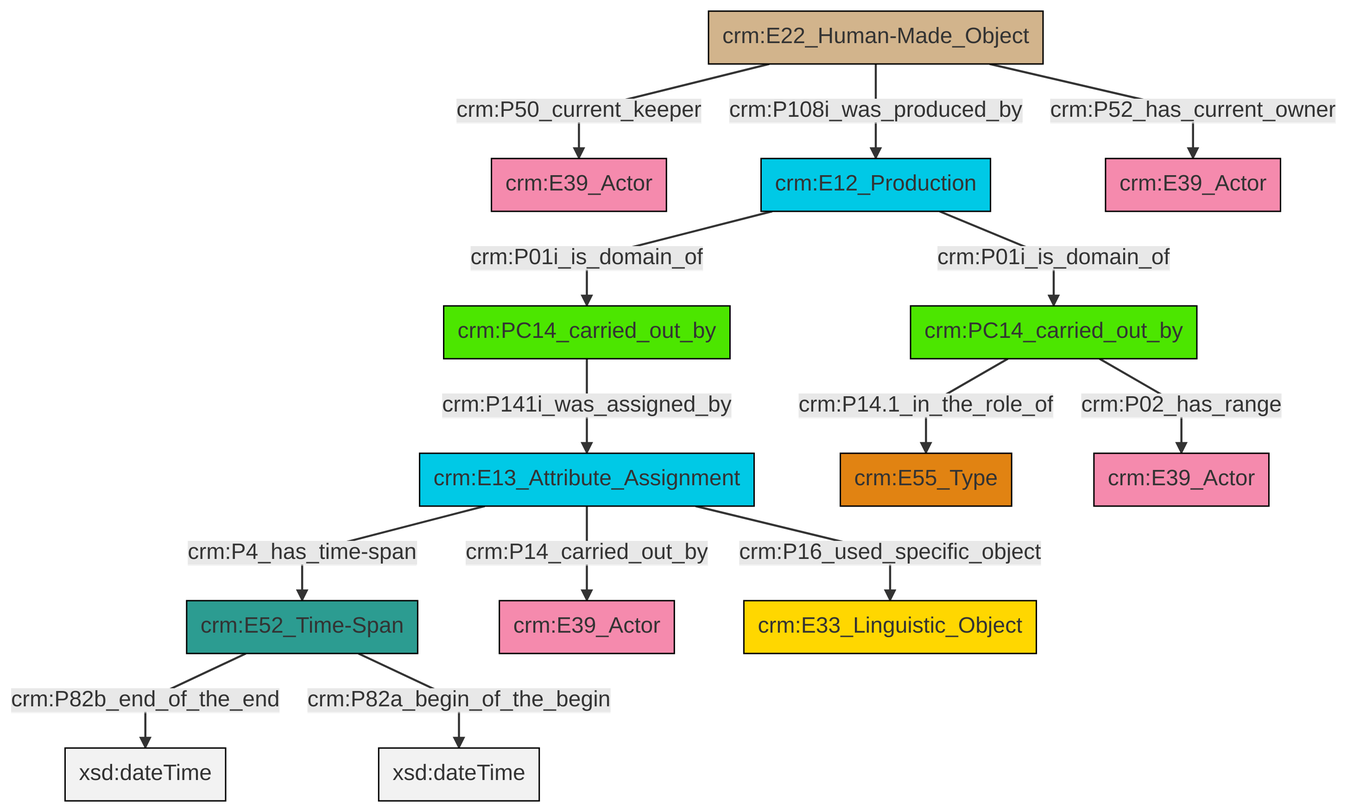
Before: et/carrierCSV/ttl/mmd/png/carrier_relations.png, a diagram exported from Mermaid (swiss-art-research-net/docs.swissartresearch). Its source is kept beside it as et/carrierCSV/ttl/mmd/carrier_relations.ttl.mmd.
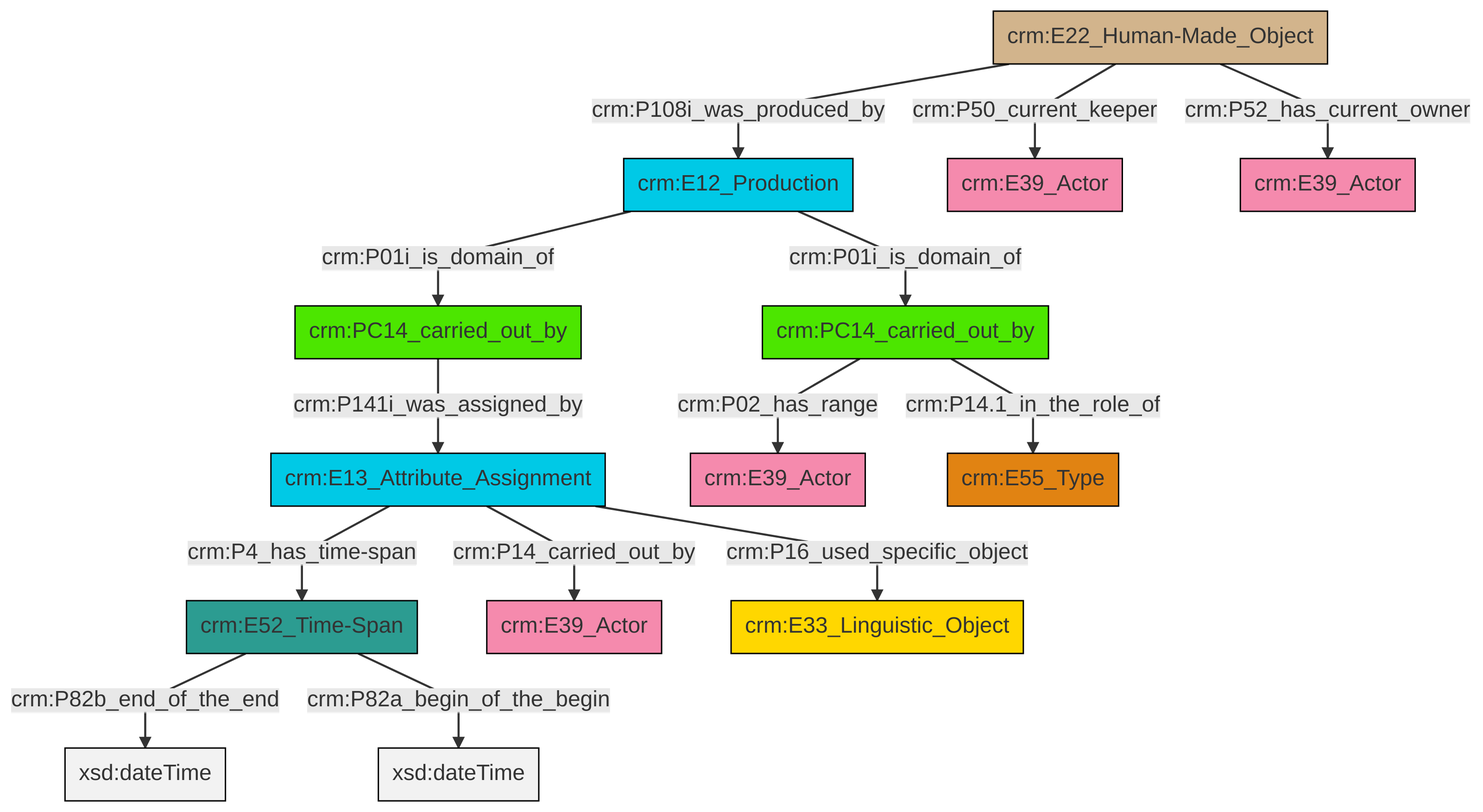
Above is the later version.

What changed in the source:
```diff
@@ -13,16 +13,16 @@
 classDef PC_Classes fill:#4ce600, stroke:#000000;
 classDef Multi fill:#cccccc,stroke:#000000;
 
-2["crm:E22_Human-Made_Object"]:::Physical_Thing -->|crm:P50_current_keeper| 3["crm:E39_Actor"]:::Actor
-0["crm:E13_Attribute_Assignment"]:::Temporal_Entity -->|crm:P4_has_time-span| 8["crm:E52_Time-Span"]:::Time-Span
-0["crm:E13_Attribute_Assignment"]:::Temporal_Entity -->|crm:P14_carried_out_by| 10["crm:E39_Actor"]:::Actor
-8["crm:E52_Time-Span"]:::Time-Span -->|crm:P82b_end_of_the_end| 11[xsd:dateTime]:::Literal
-0["crm:E13_Attribute_Assignment"]:::Temporal_Entity -->|crm:P16_used_specific_object| 12["crm:E33_Linguistic_Object"]:::Conceptual_Object
-4["crm:E12_Production"]:::Temporal_Entity -->|crm:P01i_is_domain_of| 13["crm:PC14_carried_out_by"]:::PC_Classes
-2["crm:E22_Human-Made_Object"]:::Physical_Thing -->|crm:P52_has_current_owner| 15["crm:E39_Actor"]:::Actor
-8["crm:E52_Time-Span"]:::Time-Span -->|crm:P82a_begin_of_the_begin| 16[xsd:dateTime]:::Literal
-2["crm:E22_Human-Made_Object"]:::Physical_Thing -->|crm:P108i_was_produced_by| 4["crm:E12_Production"]:::Temporal_Entity
-4["crm:E12_Production"]:::Temporal_Entity -->|crm:P01i_is_domain_of| 18["crm:PC14_carried_out_by"]:::PC_Classes
-18["crm:PC14_carried_out_by"]:::PC_Classes -->|crm:P14.1_in_the_role_of| 6["crm:E55_Type"]:::Type
-13["crm:PC14_carried_out_by"]:::PC_Classes -->|crm:P141i_was_assigned_by| 0["crm:E13_Attribute_Assignment"]:::Temporal_Entity
-18["crm:PC14_carried_out_by"]:::PC_Classes -->|crm:P02_has_range| 21["crm:E39_Actor"]:::Actor
+2["crm:E22_Human-Made_Object"]:::Physical_Thing -->|crm:P108i_was_produced_by| 3["crm:E12_Production"]:::Temporal_Entity
+4["crm:E52_Time-Span"]:::Time-Span -->|crm:P82b_end_of_the_end| 5[xsd:dateTime]:::Literal
+0["crm:PC14_carried_out_by"]:::PC_Classes -->|crm:P141i_was_assigned_by| 7["crm:E13_Attribute_Assignment"]:::Temporal_Entity
+9["crm:PC14_carried_out_by"]:::PC_Classes -->|crm:P02_has_range| 10["crm:E39_Actor"]:::Actor
+7["crm:E13_Attribute_Assignment"]:::Temporal_Entity -->|crm:P14_carried_out_by| 12["crm:E39_Actor"]:::Actor
+3["crm:E12_Production"]:::Temporal_Entity -->|crm:P01i_is_domain_of| 0["crm:PC14_carried_out_by"]:::PC_Classes
+4["crm:E52_Time-Span"]:::Time-Span -->|crm:P82a_begin_of_the_begin| 13[xsd:dateTime]:::Literal
+7["crm:E13_Attribute_Assignment"]:::Temporal_Entity -->|crm:P16_used_specific_object| 15["crm:E33_Linguistic_Object"]:::Conceptual_Object
+2["crm:E22_Human-Made_Object"]:::Physical_Thing -->|crm:P50_current_keeper| 18["crm:E39_Actor"]:::Actor
+7["crm:E13_Attribute_Assignment"]:::Temporal_Entity -->|crm:P4_has_time-span| 4["crm:E52_Time-Span"]:::Time-Span
+3["crm:E12_Production"]:::Temporal_Entity -->|crm:P01i_is_domain_of| 9["crm:PC14_carried_out_by"]:::PC_Classes
+9["crm:PC14_carried_out_by"]:::PC_Classes -->|crm:P14.1_in_the_role_of| 19["crm:E55_Type"]:::Type
+2["crm:E22_Human-Made_Object"]:::Physical_Thing -->|crm:P52_has_current_owner| 24["crm:E39_Actor"]:::Actor
```
